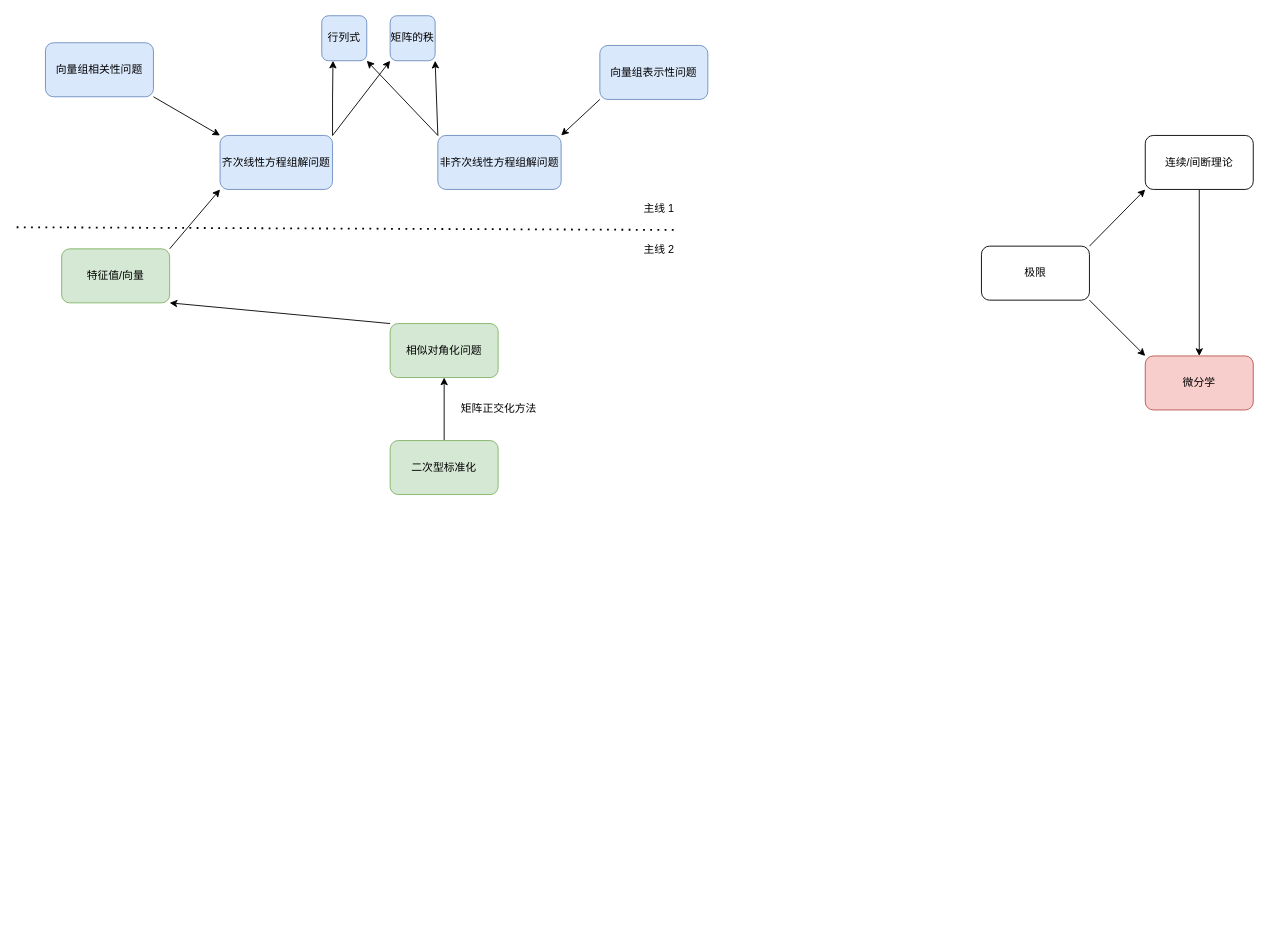
Earlier version of the draw.io diagram math.drawio (gaohongy/drawio). Source tidied: cells renumbered, new cells numbered last; positions are measured from the earlier drawing's top-left corner, leaving out a move shared by most shapes. Both pictures are drawn from the tidied source at 90%, with x=0, y=0 at pixel (16, 15).
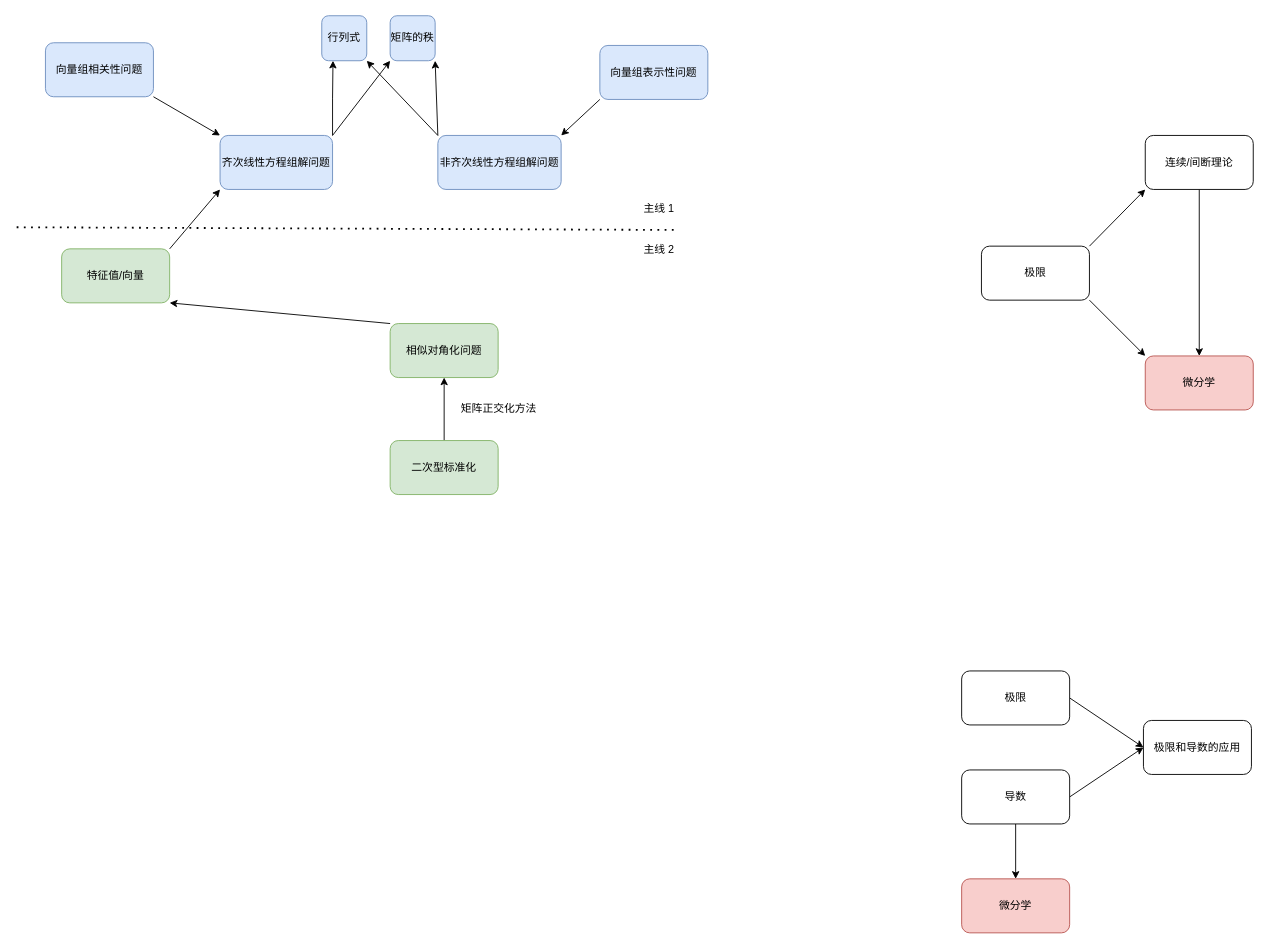
The same diagram, later.

Diff of the diagram source:
```diff
@@
+    <mxCell id="30" style="rounded=0;jettySize=auto;html=1;exitX=1;exitY=0.5;exitDx=0;exitDy=0;entryX=0;entryY=0.5;entryDx=0;entryDy=0;" parent="1" edge="1" source="31" target="36">
+      <mxGeometry relative="1" as="geometry" />
+    </mxCell>
+    <mxCell id="31" value="极限" style="rounded=1;whiteSpace=wrap;html=1;" parent="1" vertex="1">
+      <mxGeometry x="1050" y="728" width="120" height="60" as="geometry" />
+    </mxCell>
+    <mxCell id="32" style="rounded=0;jettySize=auto;html=1;exitX=1;exitY=0.5;exitDx=0;exitDy=0;entryX=0;entryY=0.5;entryDx=0;entryDy=0;" parent="1" edge="1" source="34" target="36">
+      <mxGeometry relative="1" as="geometry" />
+    </mxCell>
+    <mxCell id="33" style="edgeStyle=orthogonalEdgeStyle;rounded=0;jettySize=auto;html=1;exitX=0.5;exitY=1;exitDx=0;exitDy=0;entryX=0.5;entryY=0;entryDx=0;entryDy=0;" parent="1" edge="1" source="34" target="35">
+      <mxGeometry relative="1" as="geometry" />
+    </mxCell>
+    <mxCell id="34" value="导数" style="rounded=1;whiteSpace=wrap;html=1;" parent="1" vertex="1">
+      <mxGeometry x="1050" y="838" width="120" height="60" as="geometry" />
+    </mxCell>
+    <mxCell id="35" value="微分学" style="rounded=1;whiteSpace=wrap;html=1;fillColor=#f8cecc;strokeColor=#b85450;" parent="1" vertex="1">
+      <mxGeometry x="1050" y="959" width="120" height="60" as="geometry" />
+    </mxCell>
+    <mxCell id="36" value="极限和导数的应用" style="rounded=1;whiteSpace=wrap;html=1;" parent="1" vertex="1">
+      <mxGeometry x="1252" y="783" width="120" height="60" as="geometry" />
+    </mxCell>
```
